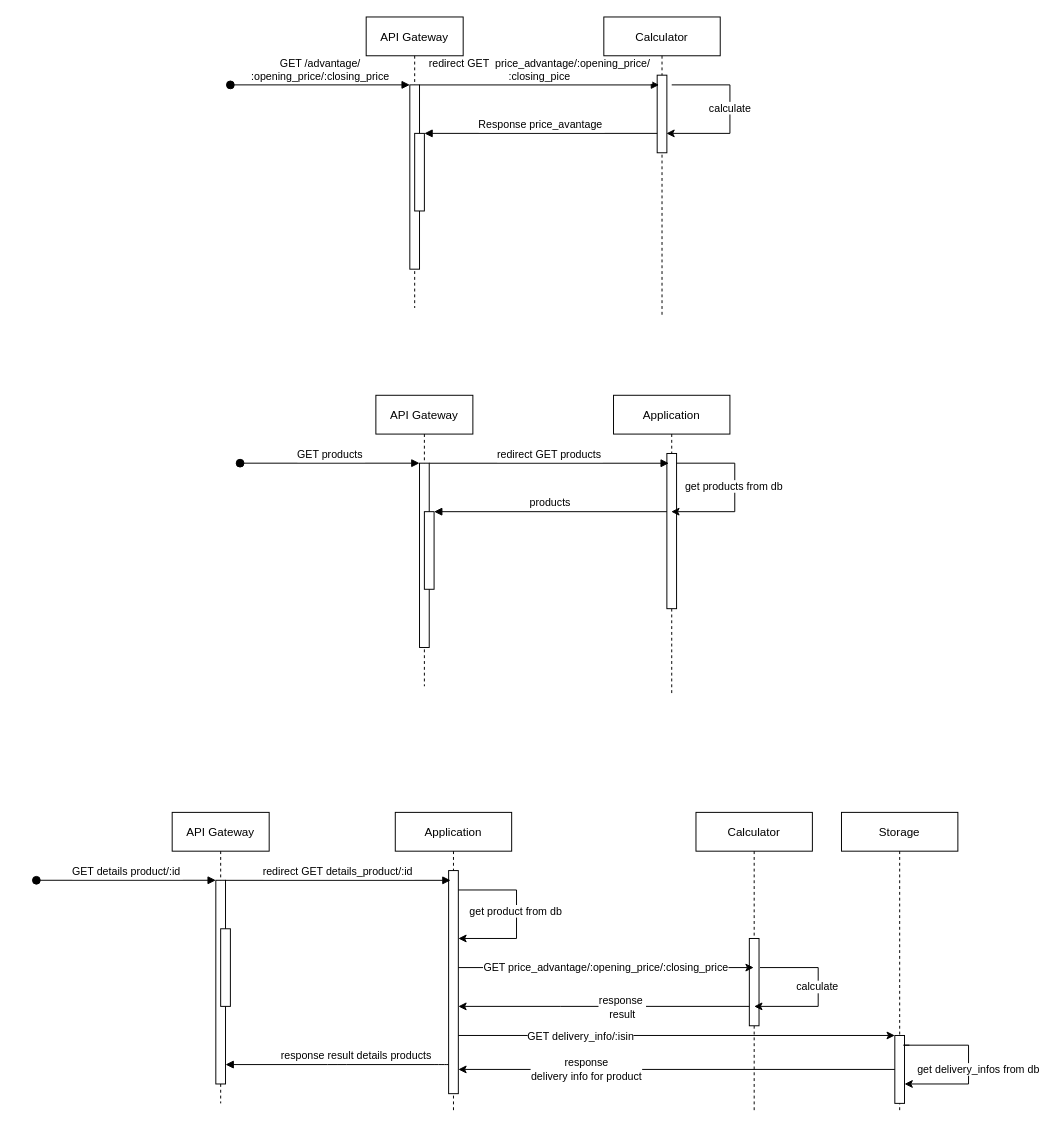
Before: kbe_sequence_diagram.drawio in KBE-Project/diagrams, a draw.io diagram. Source tidied: cells renumbered, new cells numbered last; positions are measured from the earlier drawing's top-left corner, leaving out a move shared by most shapes. Both pictures are drawn from the tidied source at 97%, with x=0, y=0 at pixel (36, 16).
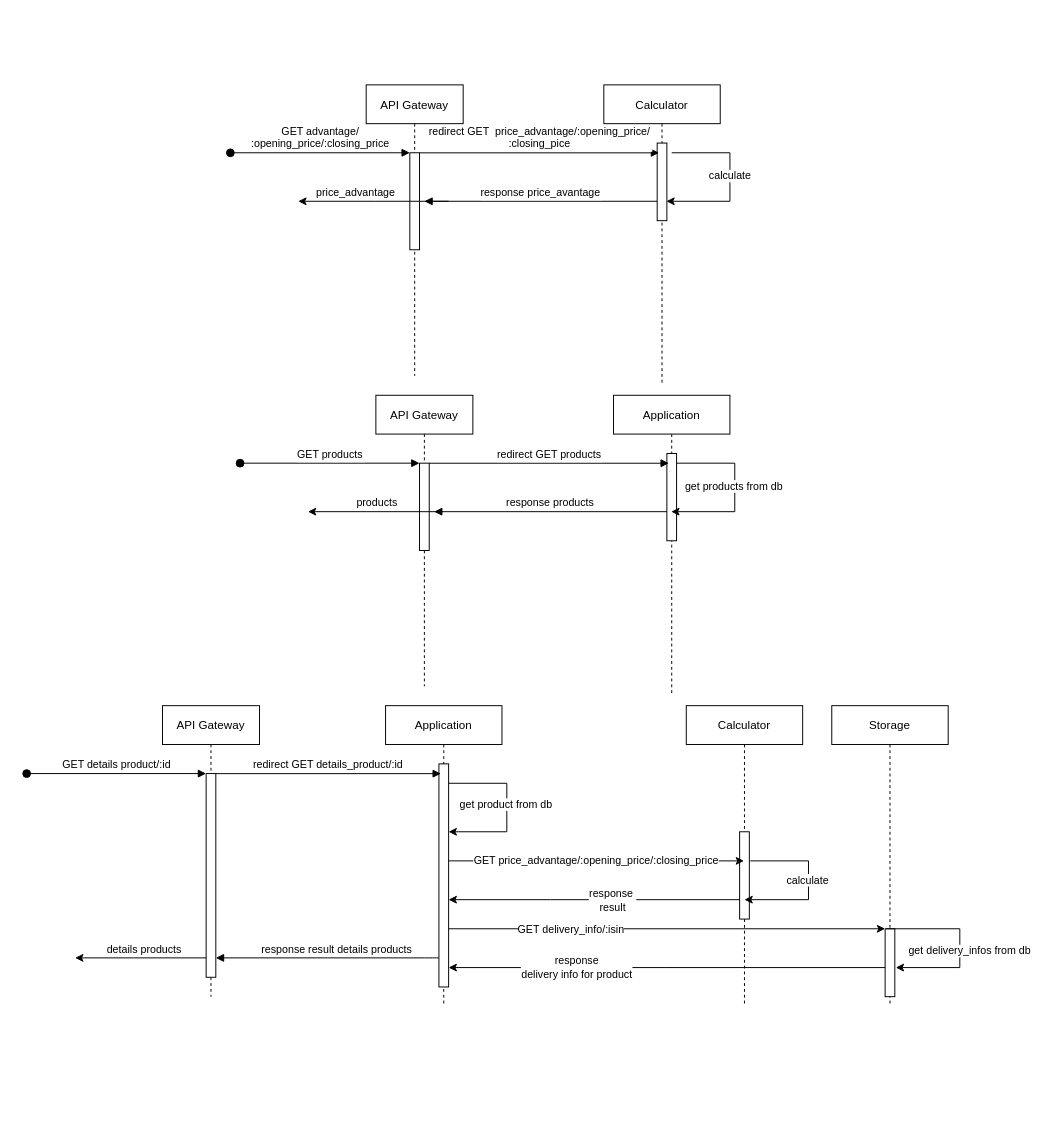
The same diagram, later.

Unchanged cells that the change refers to:
```xml
<mxCell id="7" style="points=[];perimeter=orthogonalPerimeter;rounded=0;shadow=0;strokeWidth=1;" parent="6" vertex="1">
  <mxGeometry x="55" y="60" width="10" height="80" as="geometry" />
</mxCell>
<mxCell id="12" value="API Gateway" style="shape=umlLifeline;perimeter=lifelinePerimeter;rounded=0;shadow=0;strokeWidth=1;" parent="1" vertex="1">
  <mxGeometry x="350" y="390" width="100" height="300" as="geometry" />
</mxCell>
<mxCell id="16" value="Application" style="shape=umlLifeline;perimeter=lifelinePerimeter;rounded=0;shadow=0;strokeWidth=1;" parent="1" vertex="1">
  <mxGeometry x="595" y="390" width="120" height="310" as="geometry" />
</mxCell>
<mxCell id="23" style="points=[];perimeter=orthogonalPerimeter;rounded=0;shadow=0;strokeWidth=1;" parent="22" vertex="1">
  <mxGeometry x="45" y="70" width="10" height="210" as="geometry" />
</mxCell>
<mxCell id="27" style="points=[];perimeter=orthogonalPerimeter;rounded=0;shadow=0;strokeWidth=1;" parent="26" vertex="1">
  <mxGeometry x="55" y="60" width="10" height="230" as="geometry" />
</mxCell>
<mxCell id="33" style="points=[];perimeter=orthogonalPerimeter;rounded=0;shadow=0;strokeWidth=1;" parent="32" vertex="1">
  <mxGeometry x="55" y="130" width="10" height="90" as="geometry" />
</mxCell>
<mxCell id="35" style="points=[];perimeter=orthogonalPerimeter;rounded=0;shadow=0;strokeWidth=1;" parent="34" vertex="1">
  <mxGeometry x="55" y="230" width="10" height="70" as="geometry" />
</mxCell>
```

What changed in the source:
```diff
@@
     <mxCell id="2" value="API Gateway" style="shape=umlLifeline;perimeter=lifelinePerimeter;rounded=0;shadow=0;strokeWidth=1;" parent="1" vertex="1">
-      <mxGeometry x="340" width="100" height="300" as="geometry" />
+      <mxGeometry x="340" y="70" width="100" height="300" as="geometry" />
     </mxCell>
     <mxCell id="3" style="points=[];perimeter=orthogonalPerimeter;rounded=0;shadow=0;strokeWidth=1;" parent="2" vertex="1">
-      <mxGeometry x="45" y="70" width="10" height="190" as="geometry" />
+      <mxGeometry x="45" y="70" width="10" height="100" as="geometry" />
     </mxCell>
-    <mxCell id="4" value="GET /advantage/&#10;:opening_price/:closing_price" style="verticalAlign=bottom;startArrow=oval;endArrow=block;startSize=8;shadow=0;strokeWidth=1;" parent="2" edge="1" target="3">
+    <mxCell id="4" value="GET advantage/&#10;:opening_price/:closing_price" style="verticalAlign=bottom;startArrow=oval;endArrow=block;startSize=8;shadow=0;strokeWidth=1;" parent="2" edge="1" target="3">
       <mxGeometry relative="1" as="geometry">
         <mxPoint x="-140" y="70" as="sourcePoint" />
       </mxGeometry>
     </mxCell>
-    <mxCell id="5" style="points=[];perimeter=orthogonalPerimeter;rounded=0;shadow=0;strokeWidth=1;" parent="2" vertex="1">
-      <mxGeometry x="50" y="120" width="10" height="80" as="geometry" />
-    </mxCell>
     <mxCell id="6" value="Calculator" style="shape=umlLifeline;perimeter=lifelinePerimeter;rounded=0;shadow=0;strokeWidth=1;" parent="1" vertex="1">
-      <mxGeometry x="585" width="120" height="310" as="geometry" />
+      <mxGeometry x="585" y="70" width="120" height="310" as="geometry" />
     </mxCell>
@@
-    <mxCell id="11" value="Response price_avantage" style="verticalAlign=bottom;endArrow=block;entryX=1;entryY=0;shadow=0;strokeWidth=1;" parent="1" edge="1" source="7" target="5">
-      <mxGeometry relative="1" as="geometry" />
+    <mxCell id="11" value="response price_avantage" style="verticalAlign=bottom;endArrow=block;entryX=1;entryY=0;shadow=0;strokeWidth=1;" parent="1" edge="1" source="7">
+      <mxGeometry relative="1" as="geometry">
+        <mxPoint x="400" y="190" as="targetPoint" />
+      </mxGeometry>
     </mxCell>
@@
     <mxCell id="13" style="points=[];perimeter=orthogonalPerimeter;rounded=0;shadow=0;strokeWidth=1;" parent="12" vertex="1">
-      <mxGeometry x="45" y="70" width="10" height="190" as="geometry" />
+      <mxGeometry x="45" y="70" width="10" height="90" as="geometry" />
     </mxCell>
@@
-    <mxCell id="15" style="points=[];perimeter=orthogonalPerimeter;rounded=0;shadow=0;strokeWidth=1;" parent="12" vertex="1">
-      <mxGeometry x="50" y="120" width="10" height="80" as="geometry" />
-    </mxCell>
+    <mxCell id="47" style="edgeStyle=orthogonalEdgeStyle;rounded=0;orthogonalLoop=1;jettySize=auto;html=1;" parent="12" edge="1">
+      <mxGeometry relative="1" as="geometry">
+        <mxPoint x="65" y="120" as="sourcePoint" />
+        <mxPoint x="-70" y="120" as="targetPoint" />
+        <Array as="points">
+          <mxPoint x="-10" y="120" />
+        </Array>
+      </mxGeometry>
+    </mxCell>
+    <mxCell id="48" value="products" style="edgeLabel;html=1;align=center;verticalAlign=middle;" parent="47" vertex="1">
+      <mxGeometry x="0.24" y="1" relative="1" as="geometry">
+        <mxPoint x="19" y="-11" as="offset" />
+      </mxGeometry>
+    </mxCell>
@@
     <mxCell id="17" style="points=[];perimeter=orthogonalPerimeter;rounded=0;shadow=0;strokeWidth=1;" parent="16" vertex="1">
-      <mxGeometry x="55" y="60" width="10" height="160" as="geometry" />
+      <mxGeometry x="55" y="60" width="10" height="90" as="geometry" />
     </mxCell>
@@
-    <mxCell id="21" value="products" style="verticalAlign=bottom;endArrow=block;entryX=1;entryY=0;shadow=0;strokeWidth=1;" parent="1" edge="1" source="17" target="15">
-      <mxGeometry relative="1" as="geometry" />
+    <mxCell id="21" value="response products" style="verticalAlign=bottom;endArrow=block;entryX=1;entryY=0;shadow=0;strokeWidth=1;" parent="1" edge="1" source="17">
+      <mxGeometry relative="1" as="geometry">
+        <mxPoint x="410" y="510" as="targetPoint" />
+      </mxGeometry>
     </mxCell>
     <mxCell id="22" value="API Gateway" style="shape=umlLifeline;perimeter=lifelinePerimeter;rounded=0;shadow=0;strokeWidth=1;" parent="1" vertex="1">
-      <mxGeometry x="140" y="820" width="100" height="300" as="geometry" />
+      <mxGeometry x="130" y="710" width="100" height="300" as="geometry" />
     </mxCell>
@@
-    <mxCell id="25" style="perimeter=orthogonalPerimeter;rounded=0;shadow=0;strokeWidth=1;" parent="22" vertex="1">
-      <mxGeometry x="50" y="120" width="10" height="80" as="geometry" />
-    </mxCell>
     <mxCell id="26" value="Application" style="shape=umlLifeline;perimeter=lifelinePerimeter;rounded=0;shadow=0;strokeWidth=1;" parent="1" vertex="1">
-      <mxGeometry x="370" y="820" width="120" height="310" as="geometry" />
+      <mxGeometry x="360" y="710" width="120" height="310" as="geometry" />
     </mxCell>
@@
     <mxCell id="31" value="response result details products" style="verticalAlign=bottom;endArrow=block;shadow=0;strokeWidth=1;" parent="1" edge="1" source="27" target="23">
-      <mxGeometry x="-0.17" relative="1" as="geometry">
+      <mxGeometry x="-0.09" relative="1" as="geometry">
         <Array as="points">
-          <mxPoint x="420" y="1080" />
-          <mxPoint x="310" y="1080" />
+          <mxPoint x="410" y="970" />
+          <mxPoint x="300" y="970" />
         </Array>
       </mxGeometry>
     </mxCell>
     <mxCell id="32" value="Calculator" style="shape=umlLifeline;perimeter=lifelinePerimeter;rounded=0;shadow=0;strokeWidth=1;" parent="1" vertex="1">
-      <mxGeometry x="680" y="820" width="120" height="310" as="geometry" />
+      <mxGeometry x="670" y="710" width="120" height="310" as="geometry" />
     </mxCell>
@@
     <mxCell id="34" value="Storage" style="shape=umlLifeline;perimeter=lifelinePerimeter;rounded=0;shadow=0;strokeWidth=1;" parent="1" vertex="1">
-      <mxGeometry x="830" y="820" width="120" height="310" as="geometry" />
+      <mxGeometry x="820" y="710" width="120" height="310" as="geometry" />
     </mxCell>
@@
+    <mxCell id="43" style="edgeStyle=orthogonalEdgeStyle;rounded=0;jettySize=auto;html=1;exitX=0.1;exitY=0;exitDx=0;exitDy=0;exitPerimeter=0;" parent="34" edge="1" source="35">
+      <mxGeometry relative="1" as="geometry">
+        <mxPoint x="66" y="270" as="targetPoint" />
+        <Array as="points">
+          <mxPoint x="132" y="230" />
+          <mxPoint x="132" y="270" />
+        </Array>
+      </mxGeometry>
+    </mxCell>
+    <mxCell id="44" value="get delivery_infos from db" style="edgeLabel;html=1;align=center;verticalAlign=middle;" parent="43" vertex="1">
+      <mxGeometry x="-0.05" y="-2" relative="1" as="geometry">
+        <mxPoint x="11" y="12" as="offset" />
+      </mxGeometry>
+    </mxCell>
     <mxCell id="36" value="GET price_advantage/:opening_price/:closing_price" style="edgeStyle=orthogonalEdgeStyle;rounded=0;jettySize=auto;html=1;" parent="1" edge="1" source="27" target="32">
       <mxGeometry relative="1" as="geometry">
         <Array as="points">
-          <mxPoint x="580" y="980" />
-          <mxPoint x="580" y="980" />
+          <mxPoint x="570" y="870" />
+          <mxPoint x="570" y="870" />
         </Array>
       </mxGeometry>
     </mxCell>
     <mxCell id="37" style="edgeStyle=orthogonalEdgeStyle;rounded=0;jettySize=auto;html=1;" parent="1" edge="1" source="33" target="27">
       <mxGeometry relative="1" as="geometry">
         <Array as="points">
-          <mxPoint x="540" y="1020" />
-          <mxPoint x="540" y="1020" />
+          <mxPoint x="530" y="910" />
+          <mxPoint x="530" y="910" />
         </Array>
       </mxGeometry>
     </mxCell>
@@
     <mxCell id="39" style="edgeStyle=orthogonalEdgeStyle;rounded=0;jettySize=auto;html=1;" parent="1" edge="1" source="27" target="35">
       <mxGeometry relative="1" as="geometry">
         <Array as="points">
-          <mxPoint x="890" y="1050" />
+          <mxPoint x="880" y="940" />
         </Array>
       </mxGeometry>
     </mxCell>
@@
     <mxCell id="41" style="edgeStyle=orthogonalEdgeStyle;rounded=0;jettySize=auto;html=1;" parent="1" edge="1" source="35" target="27">
       <mxGeometry relative="1" as="geometry">
         <Array as="points">
-          <mxPoint x="890" y="1090" />
+          <mxPoint x="650" y="980" />
+          <mxPoint x="650" y="980" />
         </Array>
       </mxGeometry>
     </mxCell>
@@
-    <mxCell id="43" style="edgeStyle=orthogonalEdgeStyle;rounded=0;orthogonalLoop=1;jettySize=auto;html=1;" parent="1" edge="1">
-      <mxGeometry relative="1" as="geometry">
-        <mxPoint x="900" y="1060" as="sourcePoint" />
-        <mxPoint x="895" y="1100" as="targetPoint" />
-        <Array as="points">
-          <mxPoint x="894" y="1060" />
-          <mxPoint x="961" y="1060" />
-          <mxPoint x="961" y="1100" />
-        </Array>
-      </mxGeometry>
-    </mxCell>
-    <mxCell id="44" value="get delivery_infos from db" style="edgeLabel;html=1;align=center;verticalAlign=middle;" parent="43" vertex="1">
-      <mxGeometry x="-0.05" y="-2" relative="1" as="geometry">
-        <mxPoint x="11" y="12" as="offset" />
-      </mxGeometry>
-    </mxCell>
     <mxCell id="45" style="edgeStyle=orthogonalEdgeStyle;rounded=0;orthogonalLoop=1;jettySize=auto;html=1;" parent="1" edge="1">
       <mxGeometry relative="1" as="geometry">
-        <mxPoint x="746" y="980" as="sourcePoint" />
-        <mxPoint x="740" y="1020" as="targetPoint" />
+        <mxPoint x="736" y="870" as="sourcePoint" />
+        <mxPoint x="730" y="910" as="targetPoint" />
         <Array as="points">
-          <mxPoint x="746" y="980" />
-          <mxPoint x="806" y="980" />
-          <mxPoint x="806" y="1020" />
+          <mxPoint x="736" y="870" />
+          <mxPoint x="796" y="870" />
+          <mxPoint x="796" y="910" />
         </Array>
       </mxGeometry>
     </mxCell>
@@
+    <mxCell id="49" style="edgeStyle=orthogonalEdgeStyle;rounded=0;jettySize=auto;html=1;" parent="1" edge="1" source="23">
+      <mxGeometry relative="1" as="geometry">
+        <mxPoint x="40" y="970" as="targetPoint" />
+        <Array as="points">
+          <mxPoint x="100" y="970" />
+        </Array>
+      </mxGeometry>
+    </mxCell>
+    <mxCell id="50" value="details products" style="edgeLabel;html=1;align=center;verticalAlign=middle;" parent="49" vertex="1">
+      <mxGeometry x="0.24" y="1" relative="1" as="geometry">
+        <mxPoint x="19" y="-11" as="offset" />
+      </mxGeometry>
+    </mxCell>
+    <mxCell id="51" style="edgeStyle=orthogonalEdgeStyle;rounded=0;orthogonalLoop=1;jettySize=auto;html=1;" parent="1" edge="1">
+      <mxGeometry relative="1" as="geometry">
+        <mxPoint x="425" y="190" as="sourcePoint" />
+        <mxPoint x="270" y="190" as="targetPoint" />
+        <Array as="points">
+          <mxPoint x="350" y="190" />
+        </Array>
+      </mxGeometry>
+    </mxCell>
+    <mxCell id="52" value="price_advantage" style="edgeLabel;html=1;align=center;verticalAlign=middle;" parent="51" vertex="1">
+      <mxGeometry x="0.24" y="1" relative="1" as="geometry">
+        <mxPoint x="-1" y="-11" as="offset" />
+      </mxGeometry>
+    </mxCell>
```
